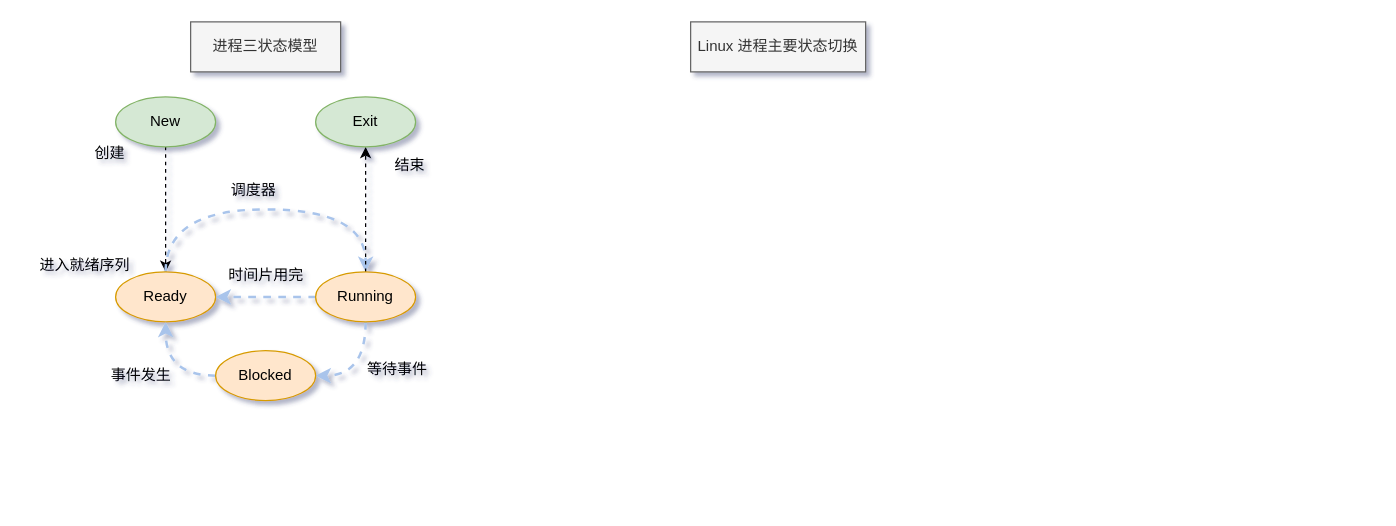
Vinson-001/Blog-flow-chart keeps this draw.io diagram as page "进程的状态" (4 of 6) of 11 - 操作系统：进程的运行机制1.drawio. Above is the earlier version. Source tidied: cells renumbered, new cells numbered last; positions are measured from the earlier drawing's top-left corner, leaving out a move shared by most shapes. Both pictures are drawn from the tidied source at 125%, with x=0, y=0 at pixel (21, 21).
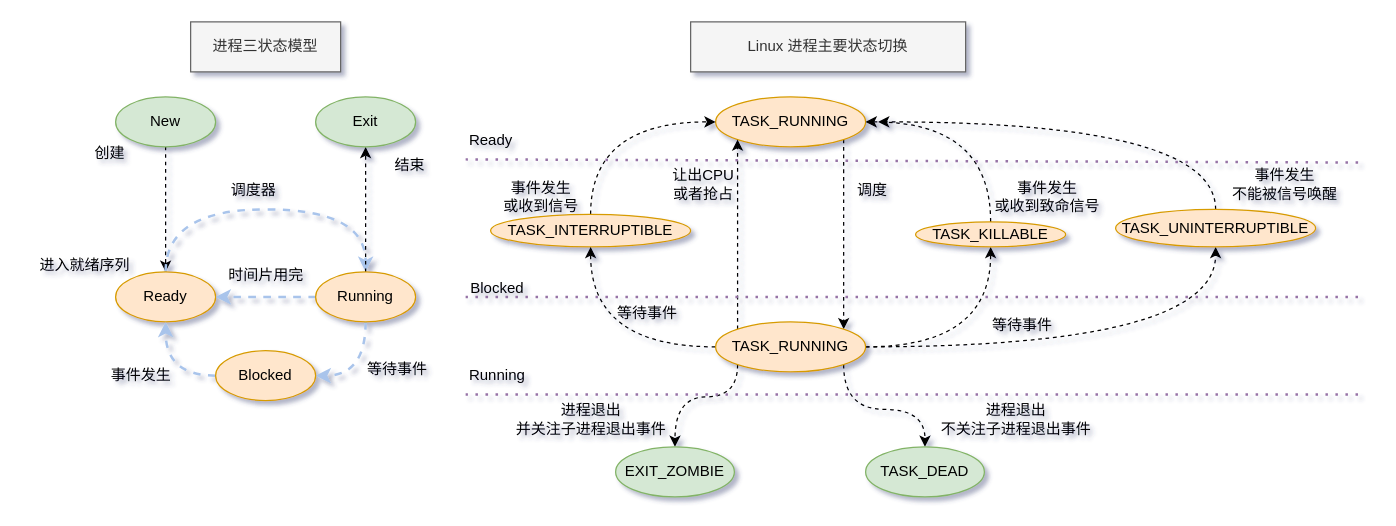
The same page after the edit.

Commit message:
更新11 - 操作系统：进程的运行机制1.drawio

The edit, as a diff of the source:
```diff
@@
     <mxCell id="21" value="Linux 进程主要状态切换" style="rounded=0;whiteSpace=wrap;html=1;fillColor=#f5f5f5;fontColor=#333333;strokeColor=#666666;" parent="1" vertex="1">
-      <mxGeometry x="535" width="140" height="40" as="geometry" />
+      <mxGeometry x="535" width="220" height="40" as="geometry" />
     </mxCell>
+    <mxCell id="22" value="Ready" style="text;html=1;align=center;verticalAlign=middle;strokeColor=none;fillColor=none;" parent="1" vertex="1">
+      <mxGeometry x="345" y="80" width="60" height="30" as="geometry" />
+    </mxCell>
+    <mxCell id="23" style="edgeStyle=orthogonalEdgeStyle;curved=1;rounded=0;jettySize=auto;html=1;exitX=1;exitY=1;exitDx=0;exitDy=0;entryX=1;entryY=0;entryDx=0;entryDy=0;dashed=1;" parent="1" edge="1" source="24" target="33">
+      <mxGeometry relative="1" as="geometry" />
+    </mxCell>
+    <mxCell id="24" value="TASK_RUNNING" style="ellipse;whiteSpace=wrap;html=1;fillColor=#ffe6cc;strokeColor=#d79b00;" parent="1" vertex="1">
+      <mxGeometry x="555" y="60" width="120" height="40" as="geometry" />
+    </mxCell>
+    <mxCell id="25" style="edgeStyle=orthogonalEdgeStyle;curved=1;rounded=0;jettySize=auto;html=1;exitX=0.5;exitY=0;exitDx=0;exitDy=0;entryX=0;entryY=0.5;entryDx=0;entryDy=0;dashed=1;" parent="1" edge="1" source="26" target="24">
+      <mxGeometry relative="1" as="geometry" />
+    </mxCell>
+    <mxCell id="26" value="TASK_INTERRUPTIBLE" style="ellipse;whiteSpace=wrap;html=1;fillColor=#ffe6cc;strokeColor=#d79b00;" parent="1" vertex="1">
+      <mxGeometry x="375" y="154" width="160" height="26" as="geometry" />
+    </mxCell>
+    <mxCell id="27" style="edgeStyle=orthogonalEdgeStyle;curved=1;rounded=0;jettySize=auto;html=1;exitX=0;exitY=0;exitDx=0;exitDy=0;entryX=0;entryY=1;entryDx=0;entryDy=0;dashed=1;" parent="1" edge="1" source="33" target="24">
+      <mxGeometry relative="1" as="geometry" />
+    </mxCell>
+    <mxCell id="28" style="edgeStyle=orthogonalEdgeStyle;curved=1;rounded=0;jettySize=auto;html=1;exitX=1;exitY=0.5;exitDx=0;exitDy=0;entryX=0.5;entryY=1;entryDx=0;entryDy=0;dashed=1;" parent="1" edge="1" source="33" target="35">
+      <mxGeometry relative="1" as="geometry" />
+    </mxCell>
+    <mxCell id="29" style="edgeStyle=orthogonalEdgeStyle;curved=1;rounded=0;jettySize=auto;html=1;exitX=1;exitY=0.5;exitDx=0;exitDy=0;entryX=0.5;entryY=1;entryDx=0;entryDy=0;dashed=1;" parent="1" edge="1" source="33" target="37">
+      <mxGeometry relative="1" as="geometry" />
+    </mxCell>
+    <mxCell id="30" style="edgeStyle=orthogonalEdgeStyle;curved=1;rounded=0;jettySize=auto;html=1;exitX=0;exitY=1;exitDx=0;exitDy=0;entryX=0.5;entryY=0;entryDx=0;entryDy=0;dashed=1;" parent="1" edge="1" source="33" target="48">
+      <mxGeometry relative="1" as="geometry">
+        <Array as="points">
+          <mxPoint x="573" y="300" />
+          <mxPoint x="523" y="300" />
+        </Array>
+      </mxGeometry>
+    </mxCell>
+    <mxCell id="31" style="edgeStyle=orthogonalEdgeStyle;curved=1;rounded=0;jettySize=auto;html=1;exitX=1;exitY=1;exitDx=0;exitDy=0;dashed=1;" parent="1" edge="1" source="33" target="49">
+      <mxGeometry relative="1" as="geometry" />
+    </mxCell>
+    <mxCell id="32" style="edgeStyle=orthogonalEdgeStyle;curved=1;rounded=0;jettySize=auto;html=1;exitX=0;exitY=0.5;exitDx=0;exitDy=0;entryX=0.5;entryY=1;entryDx=0;entryDy=0;dashed=1;" parent="1" edge="1" source="33" target="26">
+      <mxGeometry relative="1" as="geometry" />
+    </mxCell>
+    <mxCell id="33" value="TASK_RUNNING" style="ellipse;whiteSpace=wrap;html=1;fillColor=#ffe6cc;strokeColor=#d79b00;" parent="1" vertex="1">
+      <mxGeometry x="555" y="240" width="120" height="40" as="geometry" />
+    </mxCell>
+    <mxCell id="34" style="edgeStyle=orthogonalEdgeStyle;curved=1;rounded=0;jettySize=auto;html=1;exitX=0.5;exitY=0;exitDx=0;exitDy=0;entryX=1;entryY=0.5;entryDx=0;entryDy=0;dashed=1;" parent="1" edge="1" source="35" target="24">
+      <mxGeometry relative="1" as="geometry" />
+    </mxCell>
+    <mxCell id="35" value="TASK_KILLABLE" style="ellipse;whiteSpace=wrap;html=1;fillColor=#ffe6cc;strokeColor=#d79b00;" parent="1" vertex="1">
+      <mxGeometry x="715" y="160" width="120" height="20" as="geometry" />
+    </mxCell>
+    <mxCell id="36" style="edgeStyle=orthogonalEdgeStyle;curved=1;rounded=0;jettySize=auto;html=1;exitX=0.5;exitY=0;exitDx=0;exitDy=0;dashed=1;" parent="1" edge="1" source="37">
+      <mxGeometry relative="1" as="geometry">
+        <mxPoint x="685" y="80" as="targetPoint" />
+        <Array as="points">
+          <mxPoint x="955" y="80" />
+        </Array>
+      </mxGeometry>
+    </mxCell>
+    <mxCell id="37" value="TASK_UNINTERRUPTIBLE" style="ellipse;whiteSpace=wrap;html=1;fillColor=#ffe6cc;strokeColor=#d79b00;" parent="1" vertex="1">
+      <mxGeometry x="875" y="150" width="160" height="30" as="geometry" />
+    </mxCell>
+    <mxCell id="38" value="调度" style="text;html=1;align=center;verticalAlign=middle;strokeColor=none;fillColor=none;" parent="1" vertex="1">
+      <mxGeometry x="655" y="120" width="50" height="30" as="geometry" />
+    </mxCell>
+    <mxCell id="39" style="endArrow=none;dashed=1;html=1;dashPattern=1 3;strokeWidth=2;rounded=0;curved=1;fillColor=#e1d5e7;strokeColor=#9673a6;entryX=1.041;entryY=0.063;entryDx=0;entryDy=0;entryPerimeter=0;" parent="1" edge="1" target="45">
+      <mxGeometry relative="1" as="geometry">
+        <mxPoint x="355" y="110" as="sourcePoint" />
+      </mxGeometry>
+    </mxCell>
+    <mxCell id="40" style="endArrow=none;dashed=1;html=1;dashPattern=1 3;strokeWidth=2;rounded=0;curved=1;fillColor=#e1d5e7;strokeColor=#9673a6;" parent="1" edge="1">
+      <mxGeometry relative="1" as="geometry">
+        <mxPoint x="355" y="220" as="sourcePoint" />
+        <mxPoint x="1075" y="220" as="targetPoint" />
+      </mxGeometry>
+    </mxCell>
+    <mxCell id="41" value="Blocked" style="text;html=1;align=center;verticalAlign=middle;strokeColor=none;fillColor=none;" parent="1" vertex="1">
+      <mxGeometry x="345" y="198" width="70" height="30" as="geometry" />
+    </mxCell>
+    <mxCell id="42" value="事件发生&lt;div&gt;或收到信号&lt;/div&gt;" style="text;html=1;align=center;verticalAlign=middle;strokeColor=none;fillColor=none;" parent="1" vertex="1">
+      <mxGeometry x="375" y="120" width="80" height="40" as="geometry" />
+    </mxCell>
+    <mxCell id="43" value="让出CPU&lt;div&gt;或者抢占&lt;/div&gt;" style="text;html=1;align=center;verticalAlign=middle;strokeColor=none;fillColor=none;" parent="1" vertex="1">
+      <mxGeometry x="510" y="110" width="70" height="40" as="geometry" />
+    </mxCell>
+    <mxCell id="44" value="事件发生&lt;div&gt;或收到致命信号&lt;/div&gt;" style="text;html=1;align=center;verticalAlign=middle;strokeColor=none;fillColor=none;" parent="1" vertex="1">
+      <mxGeometry x="765" y="120" width="110" height="40" as="geometry" />
+    </mxCell>
+    <mxCell id="45" value="事件发生&lt;div&gt;不能被信号唤醒&lt;/div&gt;" style="text;html=1;align=center;verticalAlign=middle;points=[];strokeColor=none;fillColor=none;" parent="1" vertex="1">
+      <mxGeometry x="955" y="110" width="110" height="40" as="geometry" />
+    </mxCell>
+    <mxCell id="46" style="endArrow=none;dashed=1;html=1;dashPattern=1 3;strokeWidth=2;rounded=0;curved=1;fillColor=#e1d5e7;strokeColor=#9673a6;" parent="1" edge="1">
+      <mxGeometry relative="1" as="geometry">
+        <mxPoint x="355" y="298" as="sourcePoint" />
+        <mxPoint x="1075" y="298" as="targetPoint" />
+      </mxGeometry>
+    </mxCell>
+    <mxCell id="47" value="Running" style="text;html=1;align=center;verticalAlign=middle;strokeColor=none;fillColor=none;" parent="1" vertex="1">
+      <mxGeometry x="345" y="268" width="70" height="30" as="geometry" />
+    </mxCell>
+    <mxCell id="48" value="EXIT_ZOMBIE" style="ellipse;whiteSpace=wrap;html=1;fillColor=#d5e8d4;strokeColor=#82b366;" parent="1" vertex="1">
+      <mxGeometry x="475" y="340" width="95" height="40" as="geometry" />
+    </mxCell>
+    <mxCell id="49" value="TASK_DEAD" style="ellipse;whiteSpace=wrap;html=1;fillColor=#d5e8d4;strokeColor=#82b366;" parent="1" vertex="1">
+      <mxGeometry x="675" y="340" width="95" height="40" as="geometry" />
+    </mxCell>
+    <mxCell id="50" value="进程退出&lt;div&gt;并关注子进程退出事件&lt;/div&gt;" style="text;html=1;align=center;verticalAlign=middle;strokeColor=none;fillColor=none;" parent="1" vertex="1">
+      <mxGeometry x="385" y="298" width="140" height="40" as="geometry" />
+    </mxCell>
+    <mxCell id="51" value="进程退出&lt;div&gt;不关注子进程退出事件&lt;/div&gt;" style="text;html=1;align=center;verticalAlign=middle;strokeColor=none;fillColor=none;" parent="1" vertex="1">
+      <mxGeometry x="725" y="298" width="140" height="40" as="geometry" />
+    </mxCell>
+    <mxCell id="52" value="等待事件" style="text;html=1;align=center;verticalAlign=middle;strokeColor=none;fillColor=none;" parent="1" vertex="1">
+      <mxGeometry x="465" y="218" width="70" height="30" as="geometry" />
+    </mxCell>
+    <mxCell id="53" value="等待事件" style="text;html=1;align=center;verticalAlign=middle;strokeColor=none;fillColor=none;" parent="1" vertex="1">
+      <mxGeometry x="765" y="228" width="70" height="30" as="geometry" />
+    </mxCell>
```
